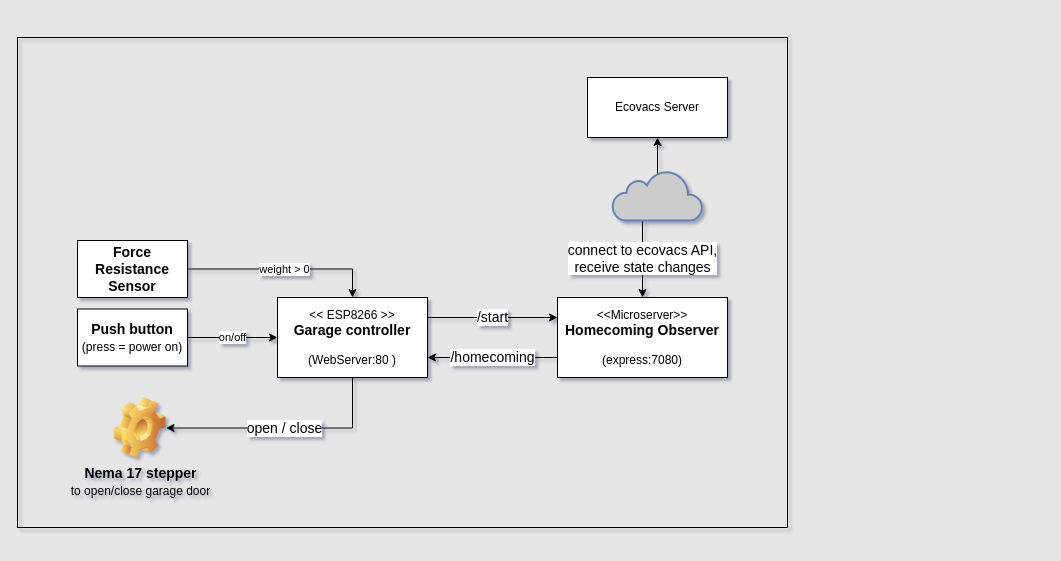
Earlier version of the draw.io diagram overview.drawio (mika2de/ecovacs-deebot-garage). Source tidied: cells renumbered, new cells numbered last; positions are measured from the earlier drawing's top-left corner, leaving out a move shared by most shapes. Both pictures are drawn from the tidied source at 100%, with x=0, y=0 at pixel (17, 37).
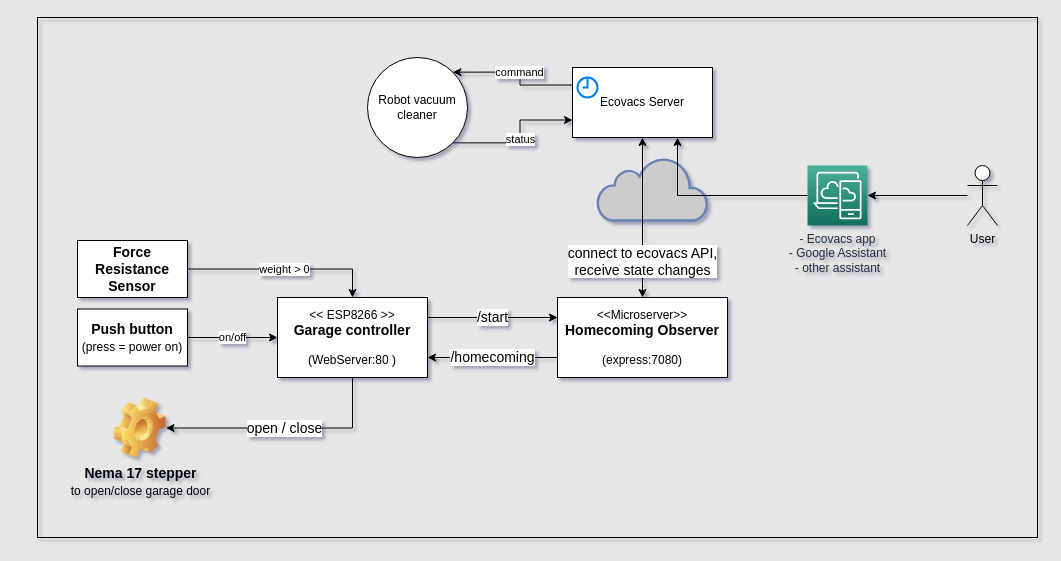
The same page after the edit.

The edit, as a diff of the source:
```diff
@@
+    <mxCell id="11" style="html=1;fillColor=#CCCCCC;strokeColor=#6881B3;gradientColor=none;gradientDirection=north;strokeWidth=2;shape=mxgraph.networks.cloud;fontColor=#ffffff;" parent="1" vertex="1">
+      <mxGeometry x="580" y="120" width="110" height="63" as="geometry" />
+    </mxCell>
     <mxCell id="2" style="rounded=0;whiteSpace=wrap;html=1;fillColor=none;" parent="1" vertex="1">
-      <mxGeometry width="770" height="490" as="geometry" />
+      <mxGeometry x="20" y="-20" width="1000" height="520" as="geometry" />
     </mxCell>
@@
+    <mxCell id="16" value="command" style="edgeStyle=orthogonalEdgeStyle;rounded=0;jettySize=auto;html=1;exitX=0;exitY=0.25;exitDx=0;exitDy=0;entryX=1;entryY=0;entryDx=0;entryDy=0;" parent="1" edge="1" source="10" target="18">
+      <mxGeometry relative="1" as="geometry" />
+    </mxCell>
     <mxCell id="10" value="Ecovacs Server" style="rounded=0;whiteSpace=wrap;html=1;" parent="1" vertex="1">
-      <mxGeometry x="570" y="40" width="140" height="60" as="geometry" />
+      <mxGeometry x="555" y="30" width="140" height="70" as="geometry" />
     </mxCell>
-    <mxCell id="11" style="html=1;fillColor=#CCCCCC;strokeColor=#6881B3;gradientColor=none;gradientDirection=north;strokeWidth=2;shape=mxgraph.networks.cloud;fontColor=#ffffff;" parent="1" vertex="1">
-      <mxGeometry x="595" y="133" width="90" height="50" as="geometry" />
-    </mxCell>
@@
+    <mxCell id="17" value="status" style="edgeStyle=orthogonalEdgeStyle;rounded=0;jettySize=auto;html=1;exitX=1;exitY=1;exitDx=0;exitDy=0;entryX=0;entryY=0.75;entryDx=0;entryDy=0;" parent="1" edge="1" source="18" target="10">
+      <mxGeometry relative="1" as="geometry" />
+    </mxCell>
+    <mxCell id="18" value="Robot vacuum cleaner" style="ellipse;whiteSpace=wrap;html=1;" parent="1" vertex="1">
+      <mxGeometry x="350" y="20" width="100" height="100" as="geometry" />
+    </mxCell>
+    <mxCell id="19" style="html=1;verticalLabelPosition=bottom;align=center;labelBackgroundColor=#ffffff;verticalAlign=top;strokeWidth=2;strokeColor=#0080F0;shadow=0;dashed=0;shape=mxgraph.ios7.icons.clock;" parent="1" vertex="1">
+      <mxGeometry x="560" y="40" width="20" height="20" as="geometry" />
+    </mxCell>
+    <mxCell id="20" style="edgeStyle=orthogonalEdgeStyle;rounded=0;jettySize=auto;html=1;" parent="1" edge="1" source="21" target="23">
+      <mxGeometry relative="1" as="geometry" />
+    </mxCell>
+    <mxCell id="21" value="User" style="shape=umlActor;verticalLabelPosition=bottom;verticalAlign=top;html=1;outlineConnect=0;" parent="1" vertex="1">
+      <mxGeometry x="950" y="128" width="30" height="60" as="geometry" />
+    </mxCell>
+    <mxCell id="22" style="edgeStyle=orthogonalEdgeStyle;rounded=0;jettySize=auto;html=1;entryX=0.75;entryY=1;entryDx=0;entryDy=0;" parent="1" edge="1" source="23" target="10">
+      <mxGeometry relative="1" as="geometry" />
+    </mxCell>
+    <mxCell id="23" value="- Ecovacs app&lt;br&gt;- Google Assistant&lt;br&gt;- other assistant" style="points=[[0,0,0],[0.25,0,0],[0.5,0,0],[0.75,0,0],[1,0,0],[0,1,0],[0.25,1,0],[0.5,1,0],[0.75,1,0],[1,1,0],[0,0.25,0],[0,0.5,0],[0,0.75,0],[1,0.25,0],[1,0.5,0],[1,0.75,0]];outlineConnect=0;fontColor=#232F3E;gradientColor=#4AB29A;gradientDirection=north;fillColor=#116D5B;strokeColor=#ffffff;dashed=0;verticalLabelPosition=bottom;verticalAlign=top;align=center;html=1;fontSize=12;fontStyle=0;shape=mxgraph.aws4.resourceIcon;resIcon=mxgraph.aws4.desktop_and_app_streaming;" parent="1" vertex="1">
+      <mxGeometry x="790" y="128" width="60" height="60" as="geometry" />
+    </mxCell>
```
